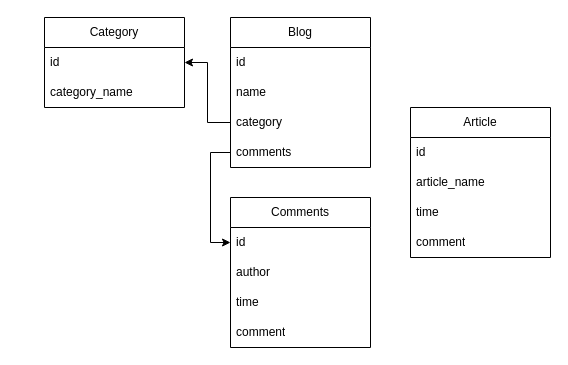
Before: Диаграмма без названия.drawio in fzkrinj/er-diagram, a draw.io diagram. Source tidied: cells renumbered, new cells numbered last; positions are measured from the earlier drawing's top-left corner, leaving out a move shared by most shapes. Both pictures are drawn from the tidied source at 100%, with x=0, y=0 at pixel (44, 17).
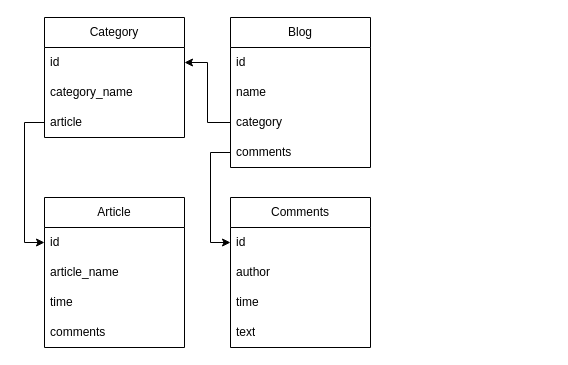
After the change.

The change refers to these unchanged cells:
```xml
<mxCell id="10" value="Comments" style="swimlane;fontStyle=0;horizontal=1;startSize=30;whiteSpace=wrap;html=1;" parent="1" vertex="1">
  <mxGeometry x="186" y="180" width="140" height="150" as="geometry" />
</mxCell>
<mxCell id="16" value="id" style="text;strokeColor=none;fillColor=none;align=left;verticalAlign=middle;spacingLeft=4;spacingRight=4;overflow=hidden;points=[[0,0.5],[1,0.5]];portConstraint=eastwest;whiteSpace=wrap;html=1;" parent="15" vertex="1">
  <mxGeometry y="30" width="140" height="30" as="geometry" />
</mxCell>
```

The edit, as a diff of the source:
```diff
@@
     <mxCell id="2" value="Category" style="swimlane;fontStyle=0;horizontal=1;startSize=30;whiteSpace=wrap;html=1;" parent="1" vertex="1">
-      <mxGeometry width="140" height="90" as="geometry" />
+      <mxGeometry width="140" height="120" as="geometry" />
     </mxCell>
@@
+    <mxCell id="22" value="article" style="text;strokeColor=none;fillColor=none;align=left;verticalAlign=middle;spacingLeft=4;spacingRight=4;overflow=hidden;points=[[0,0.5],[1,0.5]];portConstraint=eastwest;whiteSpace=wrap;html=1;" parent="2" vertex="1">
+      <mxGeometry y="90" width="140" height="30" as="geometry" />
+    </mxCell>
@@
-    <mxCell id="14" value="comment" style="text;strokeColor=none;fillColor=none;align=left;verticalAlign=middle;spacingLeft=4;spacingRight=4;overflow=hidden;whiteSpace=wrap;html=1;" parent="10" vertex="1">
-      <mxGeometry y="120" width="140" height="30" as="geometry" />
-    </mxCell>
+    <mxCell id="23" value="text" style="text;strokeColor=none;fillColor=none;align=left;verticalAlign=middle;spacingLeft=4;spacingRight=4;overflow=hidden;whiteSpace=wrap;html=1;" parent="10" vertex="1">
+      <mxGeometry y="120" width="140" height="30" as="geometry" />
+    </mxCell>
     <mxCell id="15" value="Article" style="swimlane;fontStyle=0;horizontal=1;startSize=30;whiteSpace=wrap;html=1;" parent="1" vertex="1">
-      <mxGeometry x="366" y="90" width="140" height="150" as="geometry" />
+      <mxGeometry y="180" width="140" height="150" as="geometry" />
     </mxCell>
@@
-    <mxCell id="19" value="comment" style="text;strokeColor=none;fillColor=none;align=left;verticalAlign=middle;spacingLeft=4;spacingRight=4;overflow=hidden;whiteSpace=wrap;html=1;" parent="15" vertex="1">
+    <mxCell id="19" value="comments" style="text;strokeColor=none;fillColor=none;align=left;verticalAlign=middle;spacingLeft=4;spacingRight=4;overflow=hidden;whiteSpace=wrap;html=1;" parent="15" vertex="1">
       <mxGeometry y="120" width="140" height="30" as="geometry" />
     </mxCell>
@@
+    <mxCell id="24" style="edgeStyle=orthogonalEdgeStyle;rounded=0;jettySize=auto;html=1;entryX=0;entryY=0.5;entryDx=0;entryDy=0;" parent="1" edge="1" source="22" target="16">
+      <mxGeometry relative="1" as="geometry" />
+    </mxCell>
```
